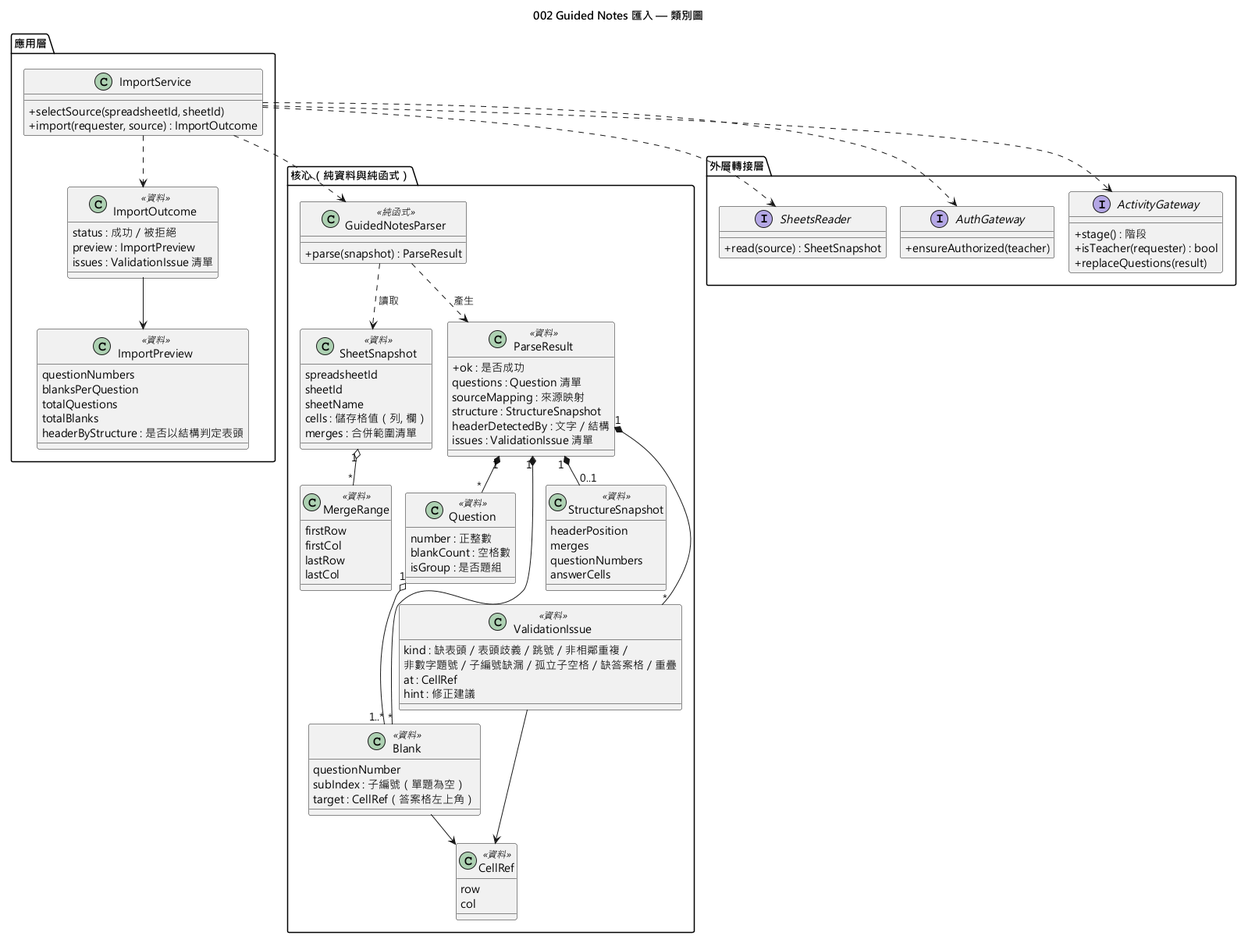
This is diagrams/002-guided-notes-import-class.png from EricC430/lecture-answer-first_group16_speckit, a PlantUML export, as it was before one commit. Its diagram source:
```plantuml
@startuml 002-guided-notes-import-class
!pragma layout smetana
skinparam defaultFontName "Microsoft JhengHei"
skinparam classAttributeIconSize 0
title 002 Guided Notes 匯入 — 類別圖

package "核心（純資料與純函式）" {
  class SheetSnapshot <<資料>> {
    spreadsheetId
    sheetId
    sheetName
    cells : 儲存格值（列, 欄）
    merges : 合併範圍清單
  }

  class MergeRange <<資料>> {
    firstRow
    firstCol
    lastRow
    lastCol
  }

  class CellRef <<資料>> {
    row
    col
  }

  class GuidedNotesParser <<純函式>> {
    +parse(snapshot) : ParseResult
  }

  class ParseResult <<資料>> {
    +ok : 是否成功
    questions : Question 清單
    sourceMapping : 來源映射
    structure : StructureSnapshot
    headerDetectedBy : 文字／結構
    issues : ValidationIssue 清單
  }

  class Question <<資料>> {
    number : 正整數
    blankCount : 空格數
    isGroup : 是否題組
  }

  class Blank <<資料>> {
    questionNumber
    subIndex : 子編號（單題為空）
    target : CellRef（答案格左上角）
  }

  class StructureSnapshot <<資料>> {
    headerPosition
    merges
    questionNumbers
    answerCells
  }

  class ValidationIssue <<資料>> {
    kind : 缺表頭／表頭歧義／跳號／非相鄰重複／
    非數字題號／子編號缺漏／孤立子空格／缺答案格／重疊
    at : CellRef
    hint : 修正建議
  }
}

package "應用層" {
  class ImportService {
    +selectSource(spreadsheetId, sheetId)
    +import(requester, source) : ImportOutcome
  }

  class ImportOutcome <<資料>> {
    status : 成功／被拒絕
    preview : ImportPreview
    issues : ValidationIssue 清單
  }

  class ImportPreview <<資料>> {
    questionNumbers
    blanksPerQuestion
    totalQuestions
    totalBlanks
    headerByStructure : 是否以結構判定表頭
  }
}

package "外層轉接層" {
  interface SheetsReader {
    +read(source) : SheetSnapshot
  }
  interface AuthGateway {
    +ensureAuthorized(teacher)
  }
  interface ActivityGateway {
    +stage() : 階段
    +isTeacher(requester) : bool
    +replaceQuestions(result)
  }
}

SheetSnapshot "1" o-- "*" MergeRange
GuidedNotesParser ..> SheetSnapshot : 讀取
GuidedNotesParser ..> ParseResult : 產生
ParseResult "1" *-- "*" Question
ParseResult "1" *-- "*" Blank
ParseResult "1" *-- "0..1" StructureSnapshot
ParseResult "1" *-- "*" ValidationIssue
Question "1" o-- "1..*" Blank
Blank --> CellRef
ValidationIssue --> CellRef

ImportService ..> GuidedNotesParser
ImportService ..> SheetsReader
ImportService ..> AuthGateway
ImportService ..> ActivityGateway
ImportService ..> ImportOutcome
ImportOutcome --> ImportPreview
@enduml
```
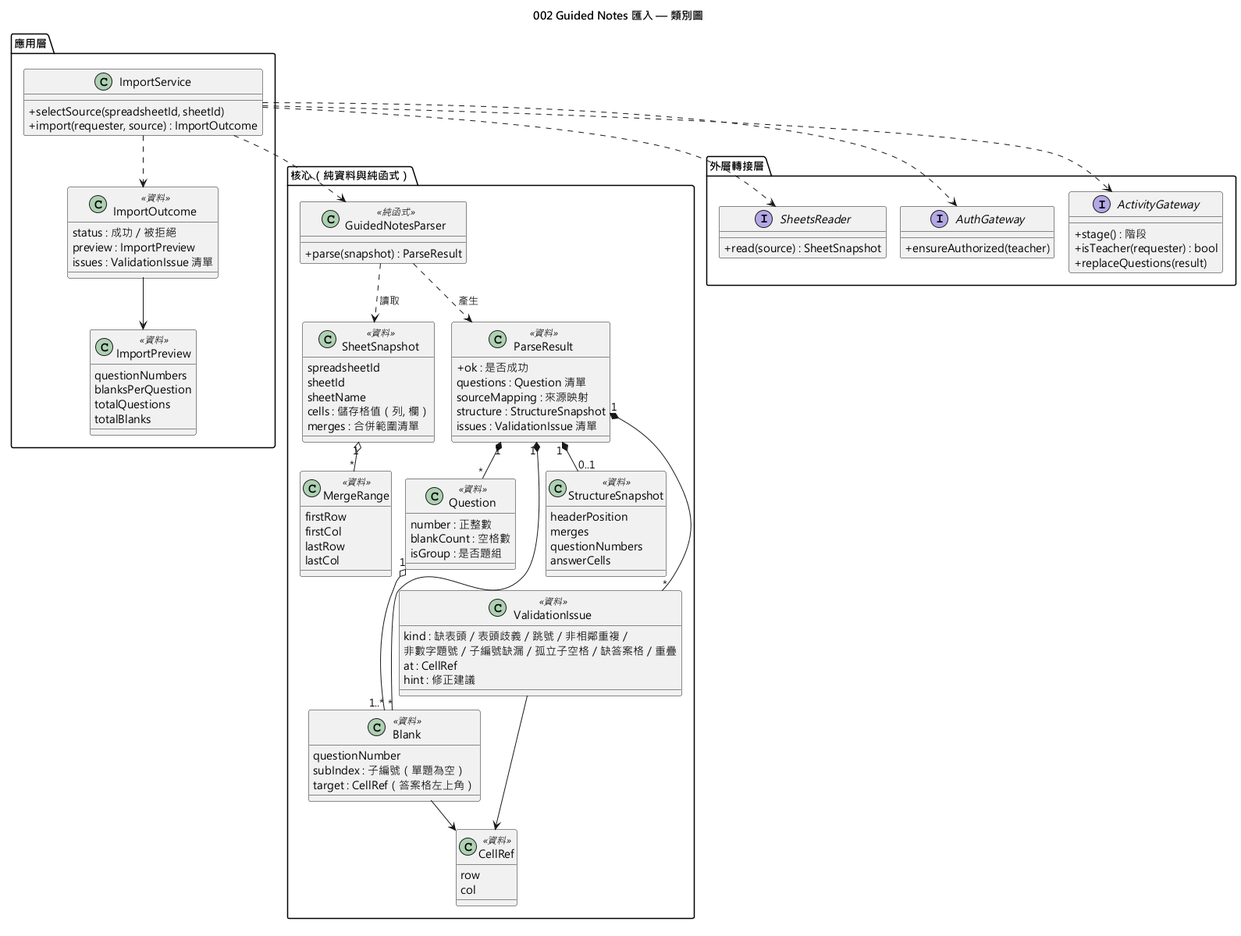
Later version of the same file.

What changed in the source:
```diff
@@ -34,7 +34,6 @@
     questions : Question 清單
     sourceMapping : 來源映射
     structure : StructureSnapshot
-    headerDetectedBy : 文字／結構
     issues : ValidationIssue 清單
   }
 
@@ -82,7 +81,6 @@
     blanksPerQuestion
     totalQuestions
     totalBlanks
-    headerByStructure : 是否以結構判定表頭
   }
 }
 
```
